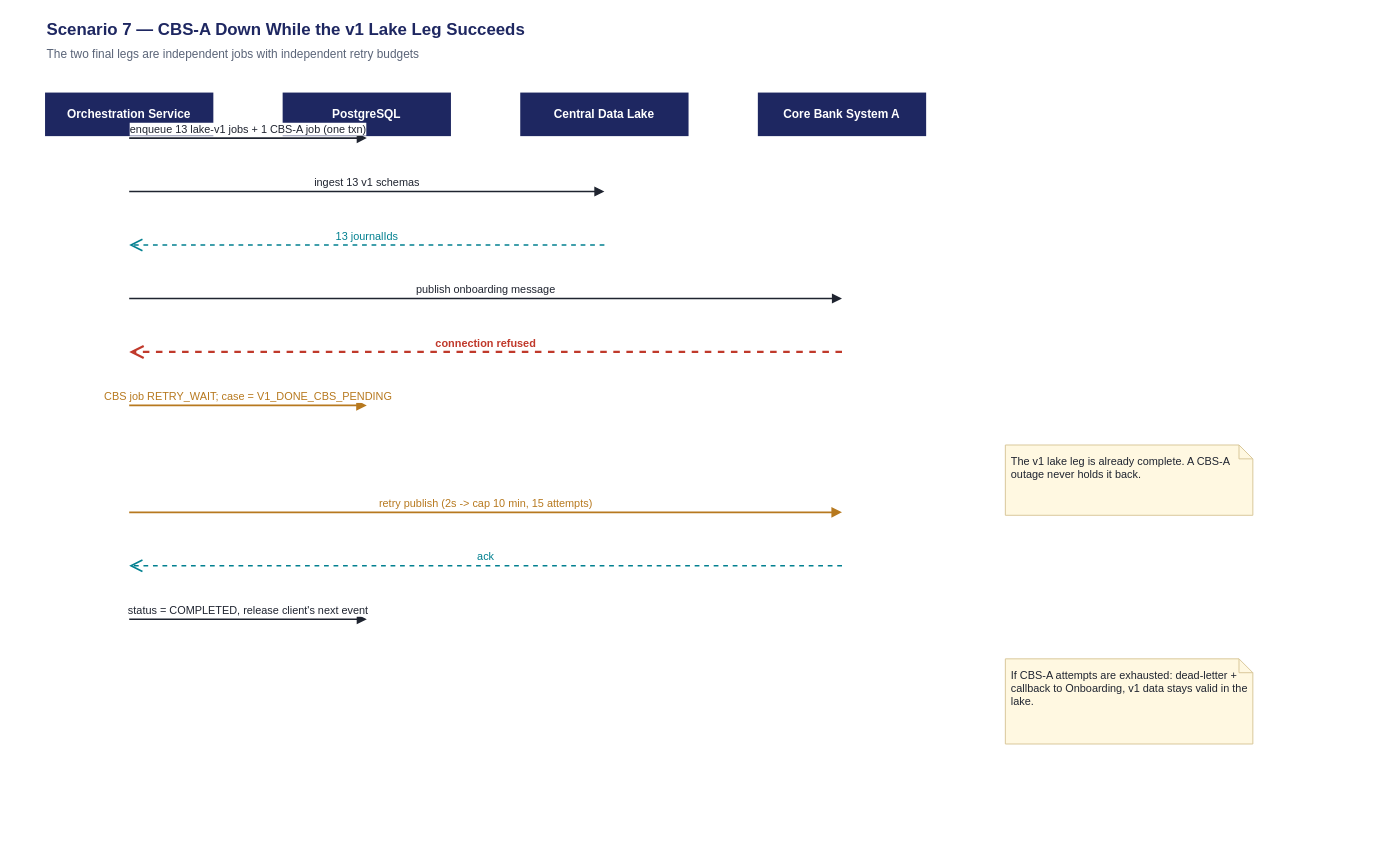
Earlier version of the draw.io diagram page "7. CBS-A unavailable" (7 of 14) of onboarding-orchestration-scenarios.drawio (raghavarapuprabhat/AIAGents). Source tidied: cells renumbered, new cells numbered last; positions are measured from the earlier drawing's top-left corner, leaving out a move shared by most shapes. Both pictures are drawn from the tidied source at 99%, with x=0, y=0 at pixel (45, 17).
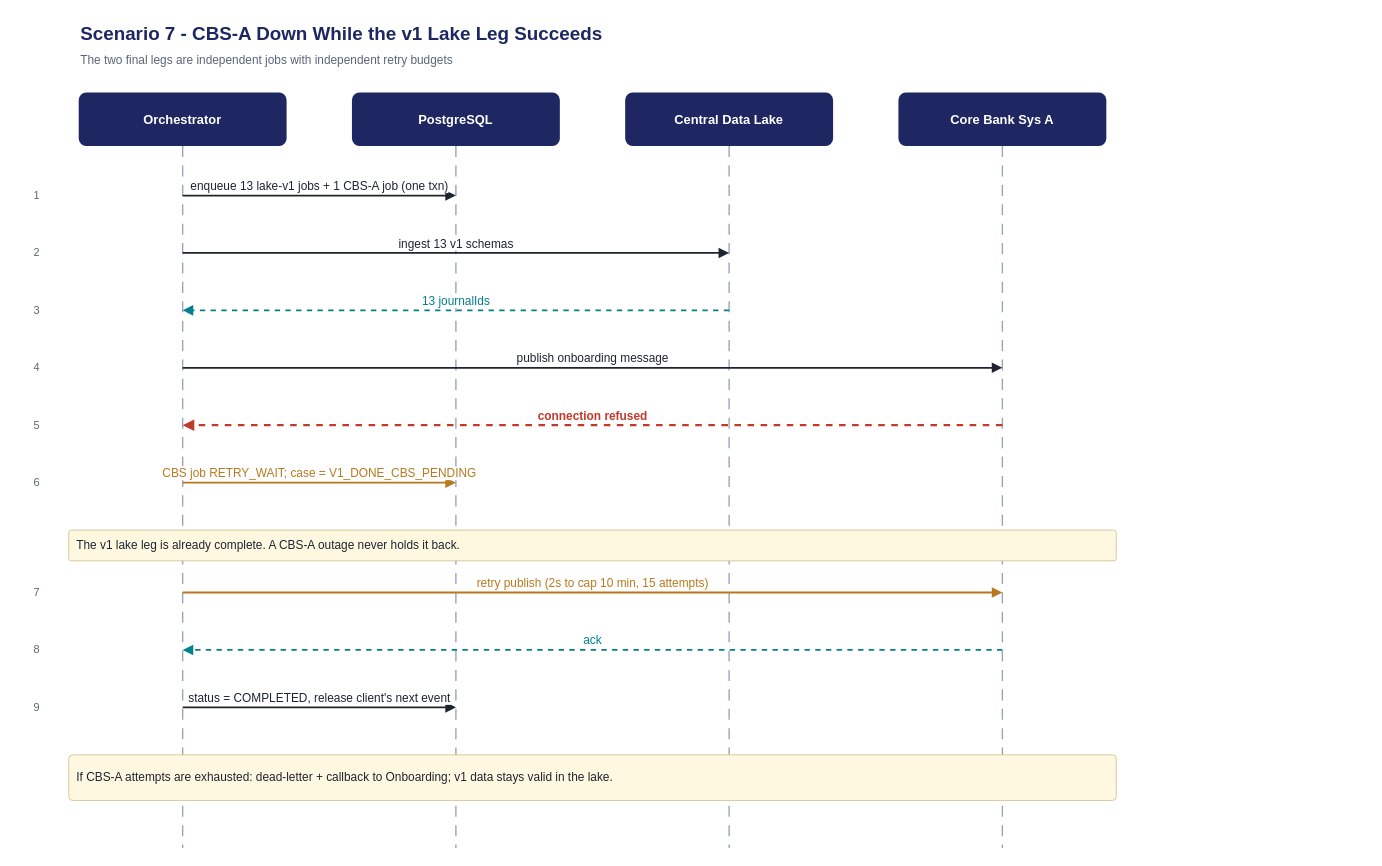
The same page after the edit.

Change to the diagram source:
```diff
@@
-    <mxCell id="2" value="Scenario 7 — CBS-A Down While the v1 Lake Leg Succeeds" style="text;html=1;strokeColor=none;fillColor=none;align=left;verticalAlign=middle;fontSize=17;fontStyle=1;fontColor=#1E2761;" parent="1" vertex="1">
-      <mxGeometry width="900" height="26" as="geometry" />
-    </mxCell>
+    <mxCell id="19" value="Scenario 7 - CBS-A Down While the v1 Lake Leg Succeeds" style="text;html=1;strokeColor=none;fillColor=none;align=left;verticalAlign=middle;fontSize=19;fontStyle=1;fontColor=#1E2761;" parent="1" vertex="1">
+      <mxGeometry x="34" y="4" width="1200" height="26" as="geometry" />
+    </mxCell>
     <mxCell id="3" value="The two final legs are independent jobs with independent retry budgets" style="text;html=1;strokeColor=none;fillColor=none;align=left;verticalAlign=middle;fontSize=12;fontColor=#5A6478;" parent="1" vertex="1">
-      <mxGeometry y="28" width="1000" height="20" as="geometry" />
+      <mxGeometry x="34" y="34" width="1300" height="20" as="geometry" />
     </mxCell>
-    <mxCell id="4" value="Orchestration Service" style="shape=umlLifeline;perimeter=lifelinePerimeter;whiteSpace=wrap;html=1;size=44;fillColor=#1E2761;strokeColor=none;fontColor=#ffffff;fontSize=12;fontStyle=1;verticalAlign=middle;align=center;" parent="1" vertex="1">
-      <mxGeometry y="76" width="170" height="670" as="geometry" />
-    </mxCell>
+    <mxCell id="20" style="endArrow=none;html=1;dashed=1;dashPattern=8 6;strokeWidth=1.4;strokeColor=#9AA4B8;" parent="1" edge="1">
+      <mxGeometry relative="1" as="geometry">
+        <mxPoint x="139" y="130" as="sourcePoint" />
+        <mxPoint x="139" y="839" as="targetPoint" />
+      </mxGeometry>
+    </mxCell>
+    <mxCell id="21" value="Orchestrator" style="rounded=1;arcSize=14;whiteSpace=wrap;html=1;fillColor=#1E2761;strokeColor=none;fontColor=#ffffff;fontSize=13;fontStyle=1;verticalAlign=middle;align=center;" parent="1" vertex="1">
+      <mxGeometry x="34" y="76" width="210" height="54" as="geometry" />
+    </mxCell>
+    <mxCell id="22" style="endArrow=none;html=1;dashed=1;dashPattern=8 6;strokeWidth=1.4;strokeColor=#9AA4B8;" parent="1" edge="1">
+      <mxGeometry relative="1" as="geometry">
+        <mxPoint x="415" y="130" as="sourcePoint" />
+        <mxPoint x="415" y="839" as="targetPoint" />
+      </mxGeometry>
+    </mxCell>
-    <mxCell id="5" value="PostgreSQL" style="shape=umlLifeline;perimeter=lifelinePerimeter;whiteSpace=wrap;html=1;size=44;fillColor=#1E2761;strokeColor=none;fontColor=#ffffff;fontSize=12;fontStyle=1;verticalAlign=middle;align=center;" parent="1" vertex="1">
-      <mxGeometry x="240" y="76" width="170" height="670" as="geometry" />
+    <mxCell id="5" value="PostgreSQL" style="rounded=1;arcSize=14;whiteSpace=wrap;html=1;fillColor=#1E2761;strokeColor=none;fontColor=#ffffff;fontSize=13;fontStyle=1;verticalAlign=middle;align=center;" parent="1" vertex="1">
+      <mxGeometry x="310" y="76" width="210" height="54" as="geometry" />
     </mxCell>
+    <mxCell id="23" style="endArrow=none;html=1;dashed=1;dashPattern=8 6;strokeWidth=1.4;strokeColor=#9AA4B8;" parent="1" edge="1">
+      <mxGeometry relative="1" as="geometry">
+        <mxPoint x="691" y="130" as="sourcePoint" />
+        <mxPoint x="691" y="839" as="targetPoint" />
+      </mxGeometry>
+    </mxCell>
-    <mxCell id="6" value="Central Data Lake" style="shape=umlLifeline;perimeter=lifelinePerimeter;whiteSpace=wrap;html=1;size=44;fillColor=#1E2761;strokeColor=none;fontColor=#ffffff;fontSize=12;fontStyle=1;verticalAlign=middle;align=center;" parent="1" vertex="1">
-      <mxGeometry x="480" y="76" width="170" height="670" as="geometry" />
+    <mxCell id="6" value="Central Data Lake" style="rounded=1;arcSize=14;whiteSpace=wrap;html=1;fillColor=#1E2761;strokeColor=none;fontColor=#ffffff;fontSize=13;fontStyle=1;verticalAlign=middle;align=center;" parent="1" vertex="1">
+      <mxGeometry x="586" y="76" width="210" height="54" as="geometry" />
     </mxCell>
-    <mxCell id="7" value="Core Bank System A" style="shape=umlLifeline;perimeter=lifelinePerimeter;whiteSpace=wrap;html=1;size=44;fillColor=#1E2761;strokeColor=none;fontColor=#ffffff;fontSize=12;fontStyle=1;verticalAlign=middle;align=center;" parent="1" vertex="1">
-      <mxGeometry x="720" y="76" width="170" height="670" as="geometry" />
-    </mxCell>
+    <mxCell id="24" style="endArrow=none;html=1;dashed=1;dashPattern=8 6;strokeWidth=1.4;strokeColor=#9AA4B8;" parent="1" edge="1">
+      <mxGeometry relative="1" as="geometry">
+        <mxPoint x="967" y="130" as="sourcePoint" />
+        <mxPoint x="967" y="839" as="targetPoint" />
+      </mxGeometry>
+    </mxCell>
+    <mxCell id="25" value="Core Bank Sys A" style="rounded=1;arcSize=14;whiteSpace=wrap;html=1;fillColor=#1E2761;strokeColor=none;fontColor=#ffffff;fontSize=13;fontStyle=1;verticalAlign=middle;align=center;" parent="1" vertex="1">
+      <mxGeometry x="862" y="76" width="210" height="54" as="geometry" />
+    </mxCell>
-    <mxCell id="8" value="enqueue 13 lake-v1 jobs + 1 CBS-A job (one txn)" style="html=1;verticalAlign=bottom;align=center;fontSize=11;labelBackgroundColor=#ffffff;endArrow=block;endFill=1;strokeWidth=1.6;strokeColor=#1F2430;fontColor=#1F2430;" parent="1" edge="1">
+    <mxCell id="8" value="enqueue 13 lake-v1 jobs + 1 CBS-A job (one txn)" style="html=1;endArrow=block;endFill=1;strokeWidth=1.8;strokeColor=#1F2430;fontColor=#1F2430;fontSize=12;labelBackgroundColor=#ffffff;verticalAlign=bottom;align=center;" parent="1" edge="1">
       <mxGeometry relative="1" as="geometry">
-        <mxPoint x="85" y="122" as="sourcePoint" />
-        <mxPoint x="325" y="122" as="targetPoint" />
+        <mxPoint x="139" y="180" as="sourcePoint" />
+        <mxPoint x="415" y="180" as="targetPoint" />
       </mxGeometry>
     </mxCell>
+    <mxCell id="26" value="1" style="text;html=1;strokeColor=none;fillColor=none;align=right;verticalAlign=middle;fontSize=11;fontColor=#5A6478;" parent="1" vertex="1">
+      <mxGeometry x="-28" y="170" width="24" height="20" as="geometry" />
+    </mxCell>
-    <mxCell id="9" value="ingest 13 v1 schemas" style="html=1;verticalAlign=bottom;align=center;fontSize=11;labelBackgroundColor=#ffffff;endArrow=block;endFill=1;strokeWidth=1.6;strokeColor=#1F2430;fontColor=#1F2430;" parent="1" edge="1">
+    <mxCell id="9" value="ingest 13 v1 schemas" style="html=1;endArrow=block;endFill=1;strokeWidth=1.8;strokeColor=#1F2430;fontColor=#1F2430;fontSize=12;labelBackgroundColor=#ffffff;verticalAlign=bottom;align=center;" parent="1" edge="1">
       <mxGeometry relative="1" as="geometry">
-        <mxPoint x="85" y="176" as="sourcePoint" />
-        <mxPoint x="565" y="176" as="targetPoint" />
+        <mxPoint x="139" y="238" as="sourcePoint" />
+        <mxPoint x="691" y="238" as="targetPoint" />
       </mxGeometry>
     </mxCell>
+    <mxCell id="27" value="2" style="text;html=1;strokeColor=none;fillColor=none;align=right;verticalAlign=middle;fontSize=11;fontColor=#5A6478;" parent="1" vertex="1">
+      <mxGeometry x="-28" y="228" width="24" height="20" as="geometry" />
+    </mxCell>
-    <mxCell id="10" value="13 journalIds" style="html=1;verticalAlign=bottom;align=center;fontSize=11;labelBackgroundColor=#ffffff;endArrow=open;endSize=10;dashed=1;strokeWidth=1.6;strokeColor=#028090;fontColor=#028090;" parent="1" edge="1">
+    <mxCell id="10" value="13 journalIds" style="html=1;endArrow=block;endFill=1;strokeWidth=1.8;strokeColor=#028090;fontColor=#028090;fontSize=12;dashed=1;labelBackgroundColor=#ffffff;verticalAlign=bottom;align=center;" parent="1" edge="1">
       <mxGeometry relative="1" as="geometry">
-        <mxPoint x="565" y="230" as="sourcePoint" />
-        <mxPoint x="85" y="230" as="targetPoint" />
+        <mxPoint x="691" y="296" as="sourcePoint" />
+        <mxPoint x="139" y="296" as="targetPoint" />
       </mxGeometry>
     </mxCell>
+    <mxCell id="28" value="3" style="text;html=1;strokeColor=none;fillColor=none;align=right;verticalAlign=middle;fontSize=11;fontColor=#5A6478;" parent="1" vertex="1">
+      <mxGeometry x="-28" y="286" width="24" height="20" as="geometry" />
+    </mxCell>
-    <mxCell id="11" value="publish onboarding message" style="html=1;verticalAlign=bottom;align=center;fontSize=11;labelBackgroundColor=#ffffff;endArrow=block;endFill=1;strokeWidth=1.6;strokeColor=#1F2430;fontColor=#1F2430;" parent="1" edge="1">
+    <mxCell id="11" value="publish onboarding message" style="html=1;endArrow=block;endFill=1;strokeWidth=1.8;strokeColor=#1F2430;fontColor=#1F2430;fontSize=12;labelBackgroundColor=#ffffff;verticalAlign=bottom;align=center;" parent="1" edge="1">
       <mxGeometry relative="1" as="geometry">
-        <mxPoint x="85" y="284" as="sourcePoint" />
-        <mxPoint x="805" y="284" as="targetPoint" />
+        <mxPoint x="139" y="354" as="sourcePoint" />
+        <mxPoint x="967" y="354" as="targetPoint" />
       </mxGeometry>
     </mxCell>
+    <mxCell id="29" value="4" style="text;html=1;strokeColor=none;fillColor=none;align=right;verticalAlign=middle;fontSize=11;fontColor=#5A6478;" parent="1" vertex="1">
+      <mxGeometry x="-28" y="344" width="24" height="20" as="geometry" />
+    </mxCell>
-    <mxCell id="12" value="connection refused" style="html=1;verticalAlign=bottom;align=center;fontSize=11;labelBackgroundColor=#ffffff;endArrow=open;endSize=10;dashed=1;strokeWidth=2.2;strokeColor=#C0392B;fontColor=#C0392B;fontStyle=1;" parent="1" edge="1">
+    <mxCell id="12" value="connection refused" style="html=1;endArrow=block;endFill=1;strokeWidth=2.2;strokeColor=#C0392B;fontColor=#C0392B;fontSize=12;fontStyle=1;dashed=1;labelBackgroundColor=#ffffff;verticalAlign=bottom;align=center;" parent="1" edge="1">
       <mxGeometry relative="1" as="geometry">
-        <mxPoint x="805" y="338" as="sourcePoint" />
-        <mxPoint x="85" y="338" as="targetPoint" />
+        <mxPoint x="967" y="412" as="sourcePoint" />
+        <mxPoint x="139" y="412" as="targetPoint" />
       </mxGeometry>
     </mxCell>
+    <mxCell id="30" value="5" style="text;html=1;strokeColor=none;fillColor=none;align=right;verticalAlign=middle;fontSize=11;fontColor=#5A6478;" parent="1" vertex="1">
+      <mxGeometry x="-28" y="402" width="24" height="20" as="geometry" />
+    </mxCell>
-    <mxCell id="13" value="CBS job RETRY_WAIT; case = V1_DONE_CBS_PENDING" style="html=1;verticalAlign=bottom;align=center;fontSize=11;labelBackgroundColor=#ffffff;endArrow=block;endFill=1;strokeWidth=1.8;strokeColor=#B7791F;fontColor=#B7791F;" parent="1" edge="1">
+    <mxCell id="13" value="CBS job RETRY_WAIT; case = V1_DONE_CBS_PENDING" style="html=1;endArrow=block;endFill=1;strokeWidth=1.8;strokeColor=#B7791F;fontColor=#B7791F;fontSize=12;labelBackgroundColor=#ffffff;verticalAlign=bottom;align=center;" parent="1" edge="1">
       <mxGeometry relative="1" as="geometry">
-        <mxPoint x="85" y="392" as="sourcePoint" />
-        <mxPoint x="325" y="392" as="targetPoint" />
+        <mxPoint x="139" y="470" as="sourcePoint" />
+        <mxPoint x="415" y="470" as="targetPoint" />
       </mxGeometry>
     </mxCell>
+    <mxCell id="31" value="6" style="text;html=1;strokeColor=none;fillColor=none;align=right;verticalAlign=middle;fontSize=11;fontColor=#5A6478;" parent="1" vertex="1">
+      <mxGeometry x="-28" y="460" width="24" height="20" as="geometry" />
+    </mxCell>
-    <mxCell id="14" value="The v1 lake leg is already complete. A CBS-A outage never holds it back." style="shape=note;whiteSpace=wrap;html=1;size=14;fontSize=11;align=left;verticalAlign=top;fillColor=#FFF8E1;strokeColor=#D9C89A;fontColor=#1F2430;spacing=6;" parent="1" vertex="1">
-      <mxGeometry x="970" y="432" width="250" height="71" as="geometry" />
+    <mxCell id="14" value="The v1 lake leg is already complete. A CBS-A outage never holds it back." style="rounded=1;arcSize=8;whiteSpace=wrap;html=1;fillColor=#FFF8E1;strokeColor=#D9C89A;fontSize=12;fontColor=#1F2430;align=left;verticalAlign=middle;spacing=8;" parent="1" vertex="1">
+      <mxGeometry x="24" y="518" width="1058" height="31" as="geometry" />
     </mxCell>
-    <mxCell id="15" value="retry publish (2s -&gt; cap 10 min, 15 attempts)" style="html=1;verticalAlign=bottom;align=center;fontSize=11;labelBackgroundColor=#ffffff;endArrow=block;endFill=1;strokeWidth=1.8;strokeColor=#B7791F;fontColor=#B7791F;" parent="1" edge="1">
-      <mxGeometry relative="1" as="geometry">
-        <mxPoint x="85" y="500" as="sourcePoint" />
-        <mxPoint x="805" y="500" as="targetPoint" />
-      </mxGeometry>
-    </mxCell>
+    <mxCell id="32" value="retry publish (2s to cap 10 min, 15 attempts)" style="html=1;endArrow=block;endFill=1;strokeWidth=1.8;strokeColor=#B7791F;fontColor=#B7791F;fontSize=12;labelBackgroundColor=#ffffff;verticalAlign=bottom;align=center;" parent="1" edge="1">
+      <mxGeometry relative="1" as="geometry">
+        <mxPoint x="139" y="581" as="sourcePoint" />
+        <mxPoint x="967" y="581" as="targetPoint" />
+      </mxGeometry>
+    </mxCell>
+    <mxCell id="33" value="7" style="text;html=1;strokeColor=none;fillColor=none;align=right;verticalAlign=middle;fontSize=11;fontColor=#5A6478;" parent="1" vertex="1">
+      <mxGeometry x="-28" y="571" width="24" height="20" as="geometry" />
+    </mxCell>
-    <mxCell id="16" value="ack" style="html=1;verticalAlign=bottom;align=center;fontSize=11;labelBackgroundColor=#ffffff;endArrow=open;endSize=10;dashed=1;strokeWidth=1.6;strokeColor=#028090;fontColor=#028090;" parent="1" edge="1">
+    <mxCell id="16" value="ack" style="html=1;endArrow=block;endFill=1;strokeWidth=1.8;strokeColor=#028090;fontColor=#028090;fontSize=12;dashed=1;labelBackgroundColor=#ffffff;verticalAlign=bottom;align=center;" parent="1" edge="1">
       <mxGeometry relative="1" as="geometry">
-        <mxPoint x="805" y="554" as="sourcePoint" />
-        <mxPoint x="85" y="554" as="targetPoint" />
+        <mxPoint x="967" y="639" as="sourcePoint" />
+        <mxPoint x="139" y="639" as="targetPoint" />
       </mxGeometry>
     </mxCell>
+    <mxCell id="34" value="8" style="text;html=1;strokeColor=none;fillColor=none;align=right;verticalAlign=middle;fontSize=11;fontColor=#5A6478;" parent="1" vertex="1">
+      <mxGeometry x="-28" y="629" width="24" height="20" as="geometry" />
+    </mxCell>
-    <mxCell id="17" value="status = COMPLETED, release client's next event" style="html=1;verticalAlign=bottom;align=center;fontSize=11;labelBackgroundColor=#ffffff;endArrow=block;endFill=1;strokeWidth=1.6;strokeColor=#1F2430;fontColor=#1F2430;" parent="1" edge="1">
+    <mxCell id="17" value="status = COMPLETED, release client's next event" style="html=1;endArrow=block;endFill=1;strokeWidth=1.8;strokeColor=#1F2430;fontColor=#1F2430;fontSize=12;labelBackgroundColor=#ffffff;verticalAlign=bottom;align=center;" parent="1" edge="1">
       <mxGeometry relative="1" as="geometry">
-        <mxPoint x="85" y="608" as="sourcePoint" />
-        <mxPoint x="325" y="608" as="targetPoint" />
+        <mxPoint x="139" y="697" as="sourcePoint" />
+        <mxPoint x="415" y="697" as="targetPoint" />
       </mxGeometry>
     </mxCell>
-    <mxCell id="18" value="If CBS-A attempts are exhausted: dead-letter + callback to Onboarding, v1 data stays valid in the lake." style="shape=note;whiteSpace=wrap;html=1;size=14;fontSize=11;align=left;verticalAlign=top;fillColor=#FFF8E1;strokeColor=#D9C89A;fontColor=#1F2430;spacing=6;" parent="1" vertex="1">
-      <mxGeometry x="970" y="648" width="250" height="86" as="geometry" />
-    </mxCell>
+    <mxCell id="35" value="9" style="text;html=1;strokeColor=none;fillColor=none;align=right;verticalAlign=middle;fontSize=11;fontColor=#5A6478;" parent="1" vertex="1">
+      <mxGeometry x="-28" y="687" width="24" height="20" as="geometry" />
+    </mxCell>
+    <mxCell id="36" value="If CBS-A attempts are exhausted: dead-letter + callback to Onboarding; v1 data stays valid in the lake." style="rounded=1;arcSize=8;whiteSpace=wrap;html=1;fillColor=#FFF8E1;strokeColor=#D9C89A;fontSize=12;fontColor=#1F2430;align=left;verticalAlign=middle;spacing=8;" parent="1" vertex="1">
+      <mxGeometry x="24" y="745" width="1058" height="46" as="geometry" />
+    </mxCell>
```
